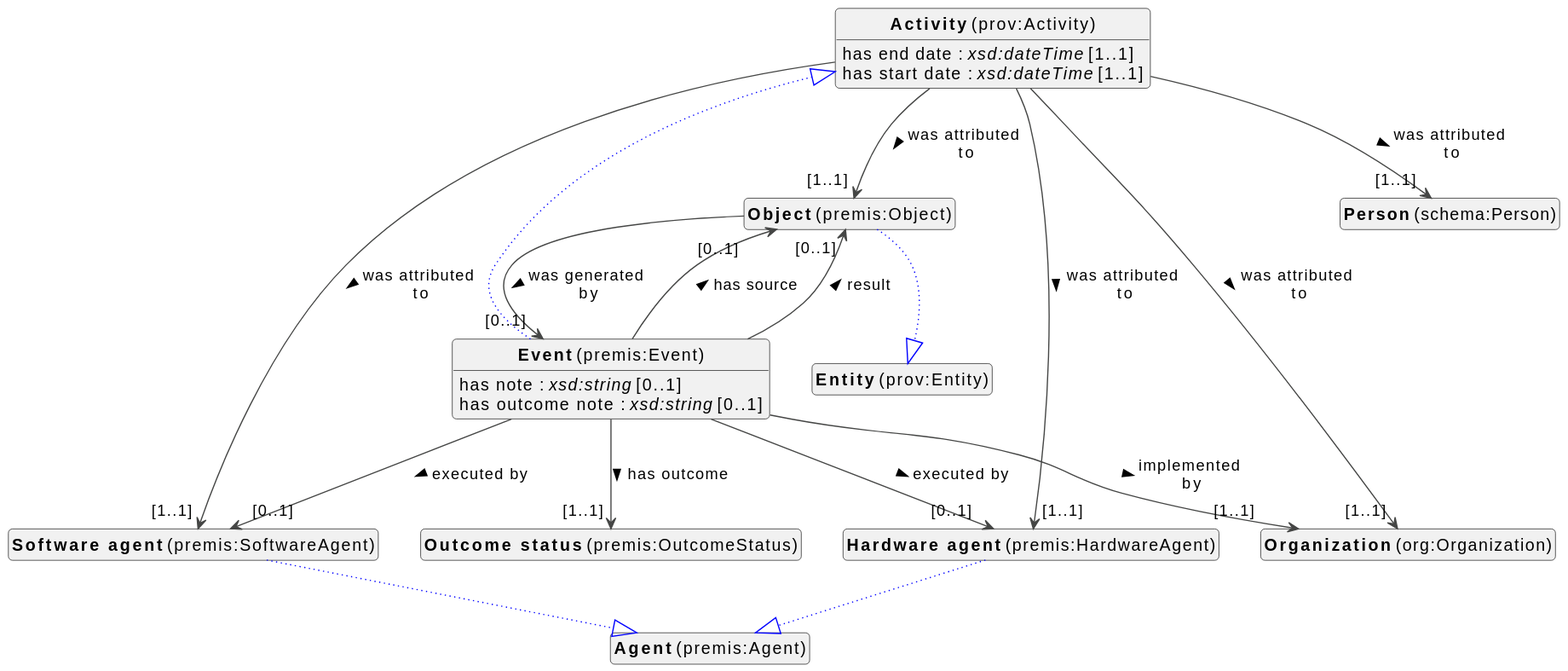
This is docs/metadata/modellen/0.0.1/events-diagram.svg from viaacode/documentation-jekyll, a PlantUML export, as it was before one commit. Source of this version:
```plantuml
@startuml
!theme vibrant
skinparam classFontSize 14
!define LIGHTORANGE
skinparam componentStyle uml2
skinparam wrapMessageWidth 100
skinparam shadowing false
skinparam ArrowMessageAlignment left


class "<b>Activity</b> (prov:Activity)" as prov_Activity [[#prov%3AActivity]]
class "<b>Event</b> (premis:Event)" as premis_Event [[#premis%3AEvent]]
class "<b>Activity</b> (prov:Activity)" as prov_Activity [[#prov%3AActivity]]
class "<b>Object</b> (premis:Object)" as premis_Object [[#premis%3AObject]]
class "<b>Entity</b> (prov:Entity)" as prov_Entity [[#prov%3AEntity]]
class "<b>Outcome status</b> (premis:OutcomeStatus)" as premis_OutcomeStatus [[#premis%3AOutcomeStatus]]
class "<b>Person</b> (schema:Person)" as schema_Person [[#schema%3APerson]]
class "<b>Organization</b> (org:Organization)" as org_Organization [[#org%3AOrganization]]
class "<b>Software agent</b> (premis:SoftwareAgent)" as premis_SoftwareAgent [[#premis%3ASoftwareAgent]]
class "<b>Agent</b> (premis:Agent)" as premis_Agent [[#premis%3AAgent]]
class "<b>Hardware agent</b> (premis:HardwareAgent)" as premis_HardwareAgent [[#premis%3AHardwareAgent]]
class "<b>Agent</b> (premis:Agent)" as premis_Agent [[#premis%3AAgent]]


prov_Activity : has end date : <i>xsd:dateTime</i> [1..1]


prov_Activity : has start date : <i>xsd:dateTime</i> [1..1]


prov_Activity --> "[1..1]" premis_Object : was attributed to >
prov_Activity --> "[1..1]" schema_Person : was attributed to >
prov_Activity --> "[1..1]" org_Organization : was attributed to >
prov_Activity --> "[1..1]" premis_SoftwareAgent : was attributed to >
prov_Activity --> "[1..1]" premis_HardwareAgent : was attributed to >

premis_Event --|> prov_Activity #blue;line.dotted;text:blue


premis_Event --> "[0..1]" premis_SoftwareAgent : executed by >
premis_Event --> "[0..1]" premis_HardwareAgent : executed by >
premis_Event : has note : <i>xsd:string</i> [0..1]


premis_Event --> "[1..1]" premis_OutcomeStatus : has outcome >
premis_Event : has outcome note : <i>xsd:string</i> [0..1]


premis_Event --> "[0..1]" premis_Object : has source >

premis_Event --> "[1..1]" org_Organization : implemented by >

premis_Event --> "[0..1]" premis_Object : result >

premis_Object --|> prov_Entity #blue;line.dotted;text:blue


premis_Object --> "[0..1]" premis_Event : was generated by >







premis_SoftwareAgent --|> premis_Agent #blue;line.dotted;text:blue


premis_HardwareAgent --|> premis_Agent #blue;line.dotted;text:blue



hide circle
hide methods
hide empty members
@enduml
```
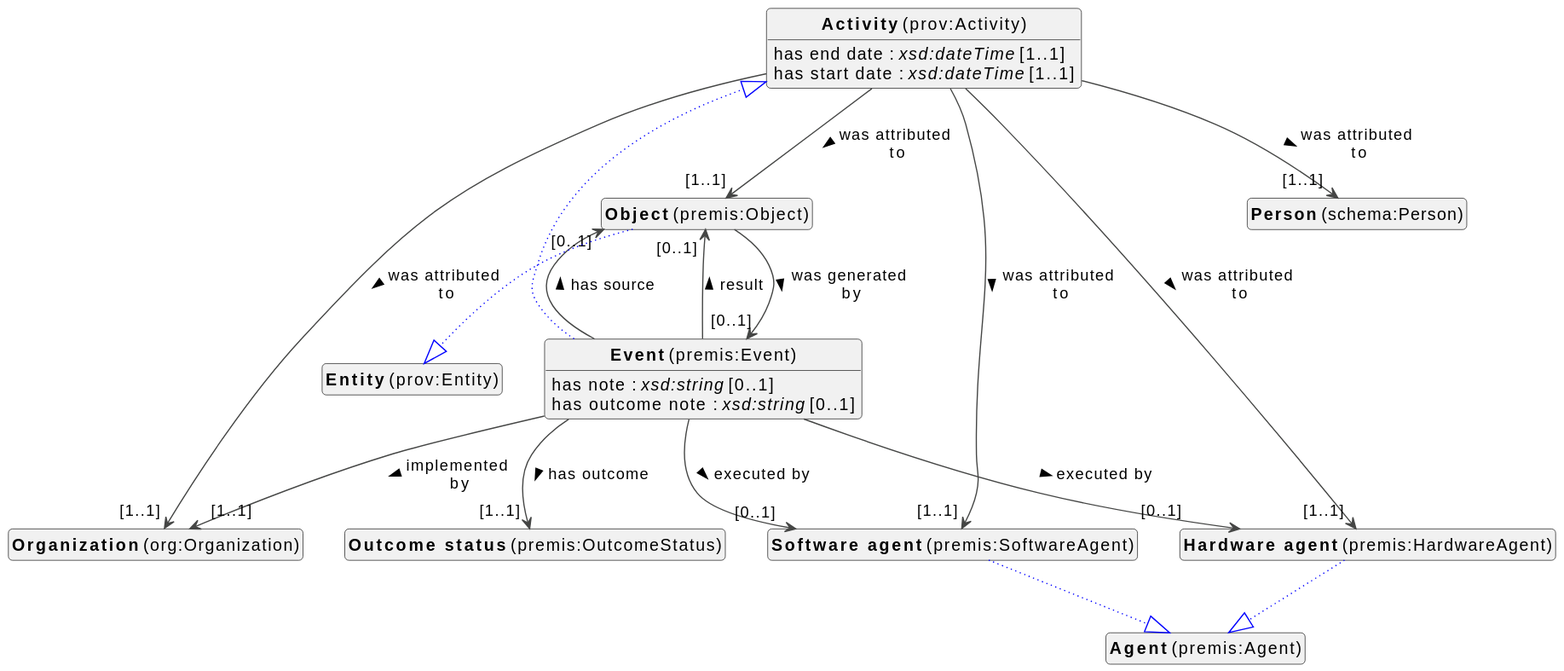
The same file after the commit.

The edit, as a diff of the source:
```diff
@@ -13,13 +13,13 @@
 class "<b>Activity</b> (prov:Activity)" as prov_Activity [[#prov%3AActivity]]
 class "<b>Object</b> (premis:Object)" as premis_Object [[#premis%3AObject]]
 class "<b>Entity</b> (prov:Entity)" as prov_Entity [[#prov%3AEntity]]
-class "<b>Outcome status</b> (premis:OutcomeStatus)" as premis_OutcomeStatus [[#premis%3AOutcomeStatus]]
+class "<b>Organization</b> (org:Organization)" as org_Organization [[#org%3AOrganization]]
 class "<b>Person</b> (schema:Person)" as schema_Person [[#schema%3APerson]]
-class "<b>Organization</b> (org:Organization)" as org_Organization [[#org%3AOrganization]]
 class "<b>Software agent</b> (premis:SoftwareAgent)" as premis_SoftwareAgent [[#premis%3ASoftwareAgent]]
 class "<b>Agent</b> (premis:Agent)" as premis_Agent [[#premis%3AAgent]]
 class "<b>Hardware agent</b> (premis:HardwareAgent)" as premis_HardwareAgent [[#premis%3AHardwareAgent]]
 class "<b>Agent</b> (premis:Agent)" as premis_Agent [[#premis%3AAgent]]
+class "<b>Outcome status</b> (premis:OutcomeStatus)" as premis_OutcomeStatus [[#premis%3AOutcomeStatus]]
 
 
 prov_Activity : has end date : <i>xsd:dateTime</i> [1..1]
@@ -61,8 +61,6 @@
 
 
 
-
-
 premis_SoftwareAgent --|> premis_Agent #blue;line.dotted;text:blue
 
 
@@ -70,6 +68,8 @@
 
 
 
+
+
 hide circle
 hide methods
 hide empty members
```
